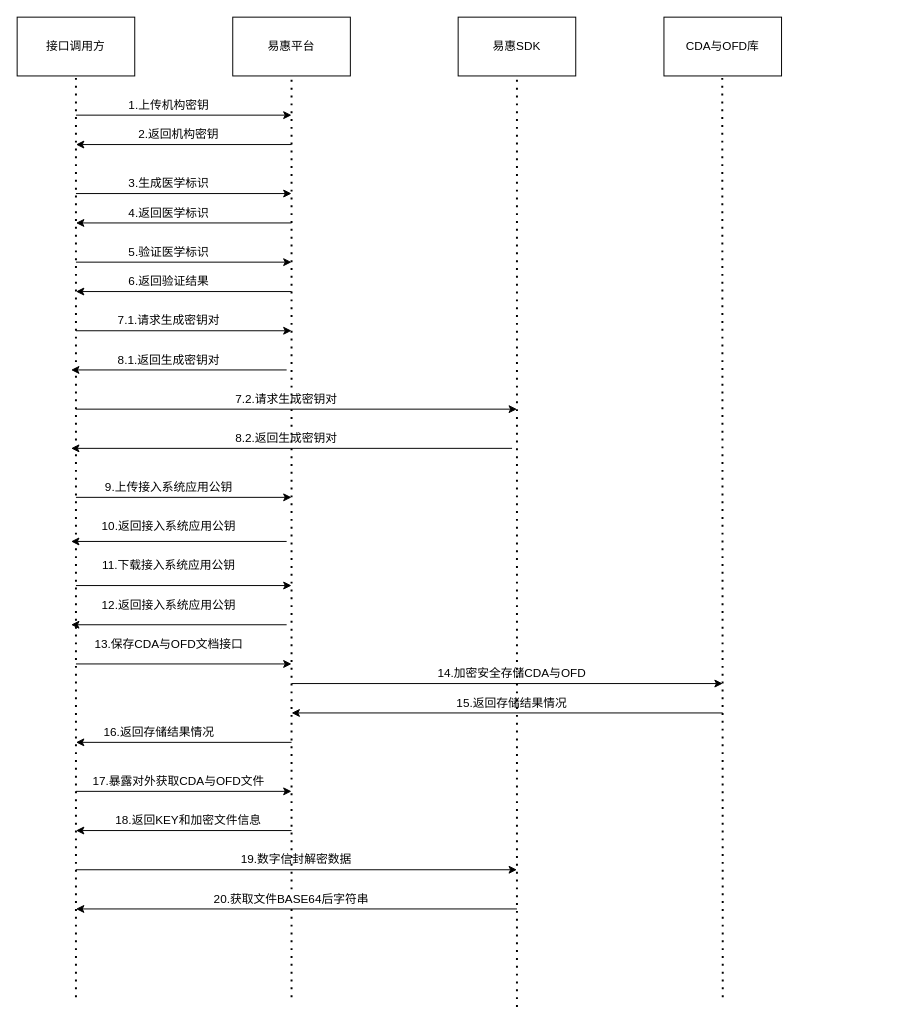
Before: source/易惠-加密一体机接口调阅流程.drawio in SmileCJX/processon, a draw.io diagram. Source tidied: cells renumbered, new cells numbered last; positions are measured from the earlier drawing's top-left corner, leaving out a move shared by most shapes. Both pictures are drawn from the tidied source at 98%, with x=0, y=0 at pixel (17, 17).
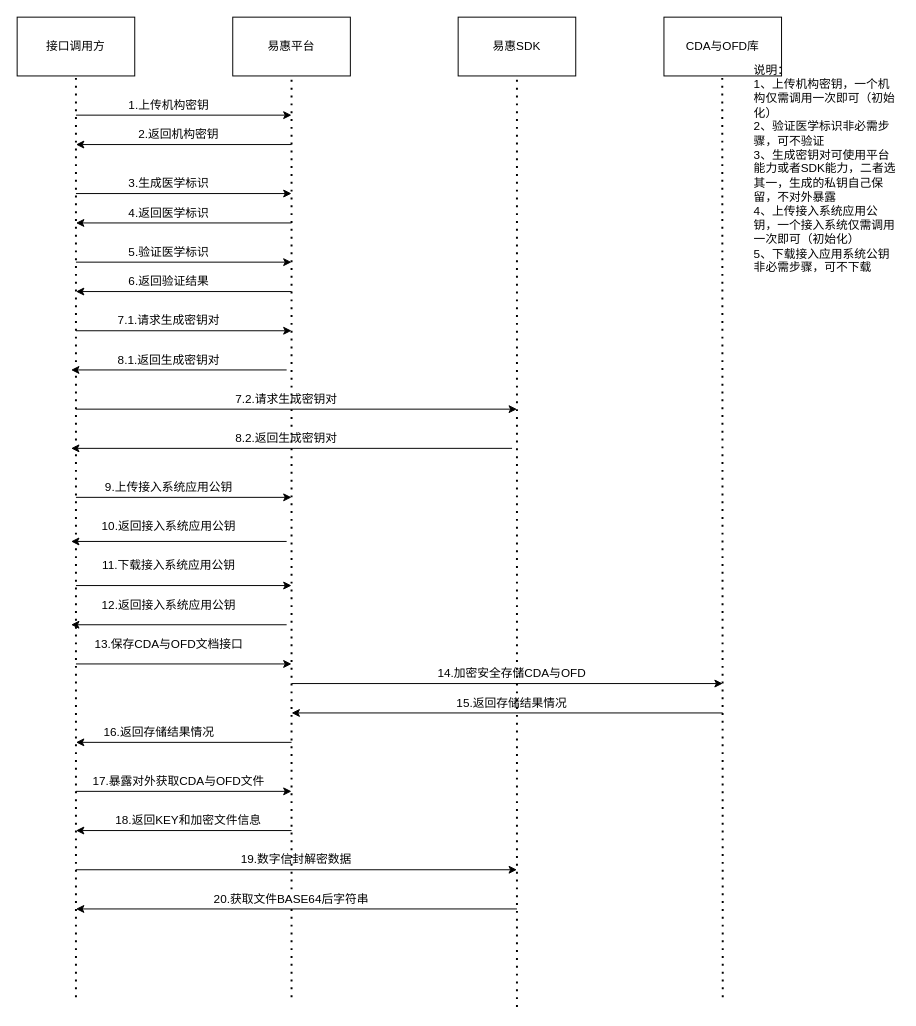
Above is the later version.

Commit message (it also covers changes not shown here):
更新易惠-加密一体机接口调阅流程.drawio

Diff of the diagram source:
```diff
@@
+    <mxCell id="55" value="说明：&lt;br&gt;1、上传机构密钥，一个机构仅需调用一次即可（初始化）&lt;br&gt;2、验证医学标识非必需步骤，可不验证&lt;br&gt;3、生成密钥对可使用平台能力或者SDK能力，二者选其一，生成的私钥自己保留，不对外暴露&lt;br&gt;4、上传接入系统应用公钥，一个接入系统仅需调用一次即可（初始化）&lt;br&gt;5、下载接入应用系统公钥非必需步骤，可不下载" style="text;html=1;strokeColor=none;fillColor=none;align=left;verticalAlign=middle;whiteSpace=wrap;rounded=0;" parent="1" vertex="1">
+      <mxGeometry x="750" y="80" width="150" height="150" as="geometry" />
+    </mxCell>
```
